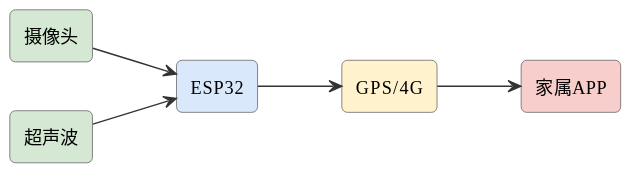
This is assets/diagrams/ideas-fig53.svg from mingyi0818/IntelligentMcuCourse, a PlantUML export, as it was before one commit.
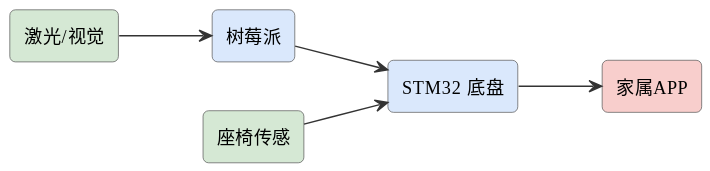
The same file after the commit.

Diff of the diagram source:
```diff
@@ -6,13 +6,13 @@
 skinparam arrowFontSize 11
 skinparam arrowColor #333
 left to right direction
-rectangle "摄像头" as cam #d5e8d4
-rectangle "超声波" as ult #d5e8d4
-rectangle "ESP32" as esp #dae8fc
-rectangle "GPS/4G" as gps #fff2cc
+rectangle "激光/视觉" as lidar #d5e8d4
+rectangle "树莓派" as pi #dae8fc
+rectangle "STM32 底盘" as stm #dae8fc
+rectangle "座椅传感" as seat #d5e8d4
 rectangle "家属APP" as app #f8cecc
-cam --> esp
-ult --> esp
-esp --> gps
-gps --> app
+lidar --> pi
+pi --> stm
+seat --> stm
+stm --> app
 @enduml
```
